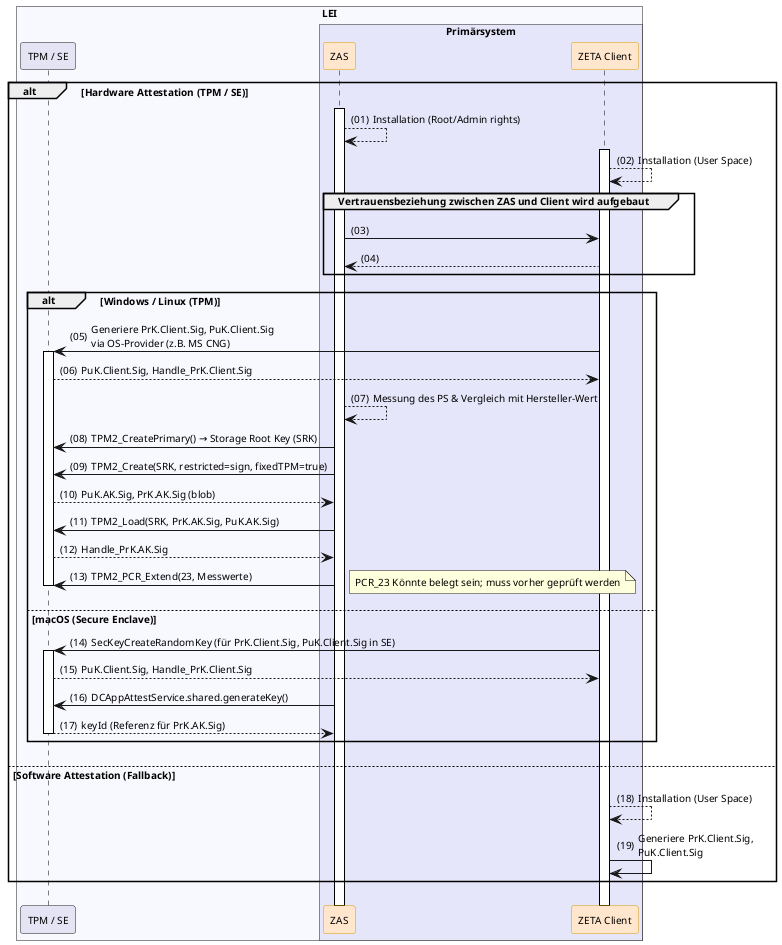
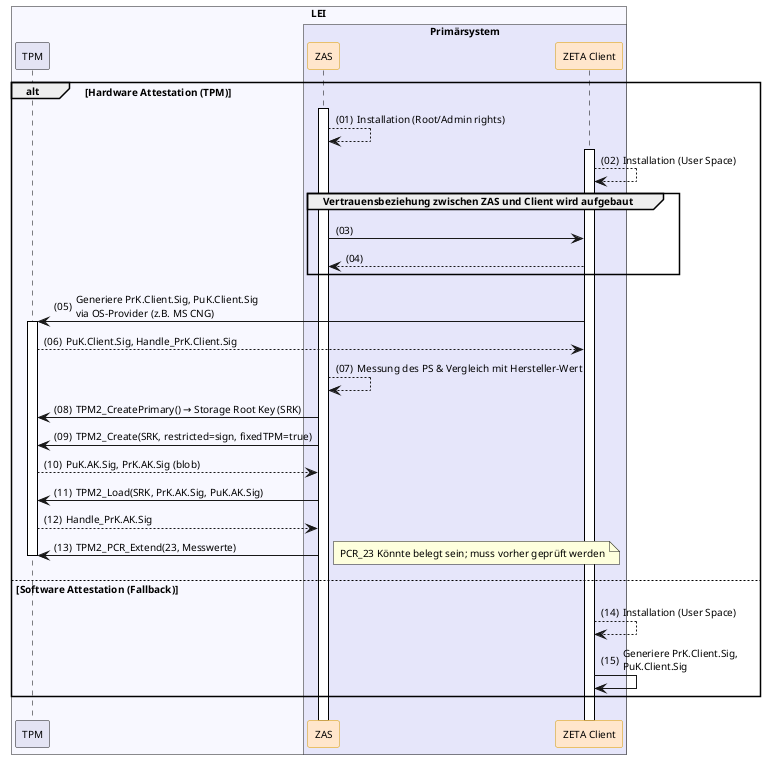
@startuml "client-installation"
autonumber "(00)"
skinparam defaultFontSize 10
skinparam defaultFontName Helvetica
skinparam DefaultMonospacedFontName Courier
skinparam lengthAdjust none
skinparam sequenceReferenceBackgroundColor White
skinparam SequenceReferenceFontSize 12
skinparam sequenceMessageAlign left
hide stereotype

' Box colors
!define ZETA_GUARD_COLOR #FFF3E5
!define LEI_COLOR #GhostWhite
!define LEI_COMPONENT_COLOR #E4E4F4
!define PRIMAERSYSTEM_COLOR #Lavender
!define PROVIDER_COLOR #EDFDEC

' Participant colors
<style>
sequenceDiagram {
  participant {
    .zeta {
      BackgroundColor #FFE6CC
      LineColor #D79B00
    }
    .provider {
      BackgroundColor #D5E8D4
      LineColor #82B366
    }
  }
  lifeline {
    BackgroundColor White
    LineColor Black
  }
}
</style>

' title Client Installation & Baseline-Etablierung

!pragma teoz true

box "LEI" LEI_COLOR
-   participant "TPM / SE" as TPM LEI_COMPONENT_COLOR
+   participant "TPM" as TPM LEI_COMPONENT_COLOR
  box "Primärsystem" PRIMAERSYSTEM_COLOR
      participant ZAS as "ZAS" <<zeta>>
      participant Client as "ZETA Client" <<zeta>>
 end box
end box

- alt Hardware Attestation (TPM / SE)
+ alt Hardware Attestation (TPM)

    ZAS++
    ZAS --> ZAS: Installation (Root/Admin rights)
    Client++
    Client --> Client: Installation (User Space)
    group Vertrauensbeziehung zwischen ZAS und Client wird aufgebaut
        ZAS -> Client
        Client --> ZAS
    end

-     alt Windows / Linux (TPM)
-         Client -> TPM++: Generiere PrK.Client.Sig, PuK.Client.Sig\nvia OS-Provider (z.B. MS CNG)
-         TPM --> Client: PuK.Client.Sig, Handle_PrK.Client.Sig
-         ZAS --> ZAS: Messung des PS & Vergleich mit Hersteller-Wert
-         ZAS -> TPM: TPM2_CreatePrimary() → Storage Root Key (SRK)
-         ZAS -> TPM: TPM2_Create(SRK, restricted=sign, fixedTPM=true)
-         TPM --> ZAS: PuK.AK.Sig, PrK.AK.Sig (blob)
-         ZAS -> TPM: TPM2_Load(SRK, PrK.AK.Sig, PuK.AK.Sig)
-         TPM --> ZAS: Handle_PrK.AK.Sig
-         ZAS -> TPM: TPM2_PCR_Extend(23, Messwerte)
-         note right: PCR_23 Könnte belegt sein; muss vorher geprüft werden
-         TPM--
-     else macOS (Secure Enclave)
-         Client -> TPM++: SecKeyCreateRandomKey (für PrK.Client.Sig, PuK.Client.Sig in SE)
-         TPM --> Client: PuK.Client.Sig, Handle_PrK.Client.Sig
-         ZAS -> TPM: DCAppAttestService.shared.generateKey()
-         TPM --> ZAS--: keyId (Referenz für PrK.AK.Sig)
-     end
+     Client -> TPM++: Generiere PrK.Client.Sig, PuK.Client.Sig\nvia OS-Provider (z.B. MS CNG)
+     TPM --> Client: PuK.Client.Sig, Handle_PrK.Client.Sig
+     ZAS --> ZAS: Messung des PS & Vergleich mit Hersteller-Wert
+     ZAS -> TPM: TPM2_CreatePrimary() → Storage Root Key (SRK)
+     ZAS -> TPM: TPM2_Create(SRK, restricted=sign, fixedTPM=true)
+     TPM --> ZAS: PuK.AK.Sig, PrK.AK.Sig (blob)
+     ZAS -> TPM: TPM2_Load(SRK, PrK.AK.Sig, PuK.AK.Sig)
+     TPM --> ZAS: Handle_PrK.AK.Sig
+     ZAS -> TPM: TPM2_PCR_Extend(23, Messwerte)
+     note right: PCR_23 Könnte belegt sein; muss vorher geprüft werden
+     TPM--

else Software Attestation (Fallback)
    Client --> Client: Installation (User Space)
    Client -> Client: Generiere PrK.Client.Sig,\nPuK.Client.Sig
-     ' Client --> Client: Lokale Messung des PS (Dateihashes ermitteln)
-     ' Client -> Client: Speichere Baseline-Hash lokal & sicher ab
end

@enduml